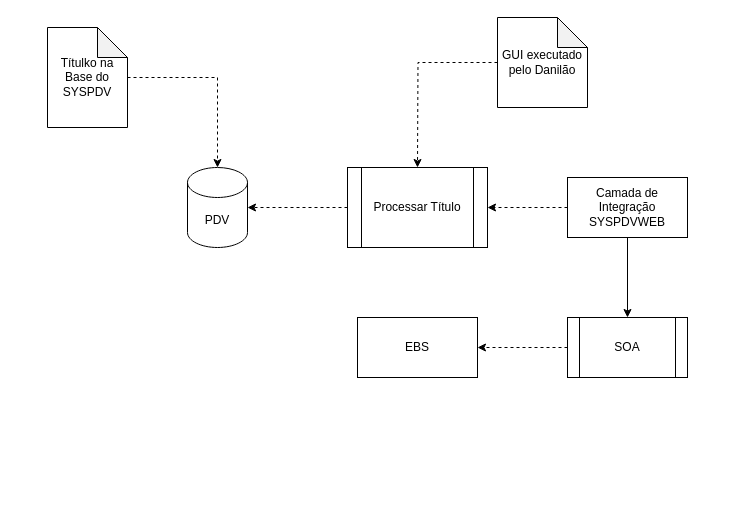
Earlier version of the draw.io diagram page "Visão Geral" (1 of 2) of Untitled Diagram.drawio (ronnison/documentacao). Source tidied: cells renumbered, new cells numbered last; positions are measured from the earlier drawing's top-left corner, leaving out a move shared by most shapes. Both pictures are drawn from the tidied source at 100%, with x=0, y=0 at pixel (47, 17).
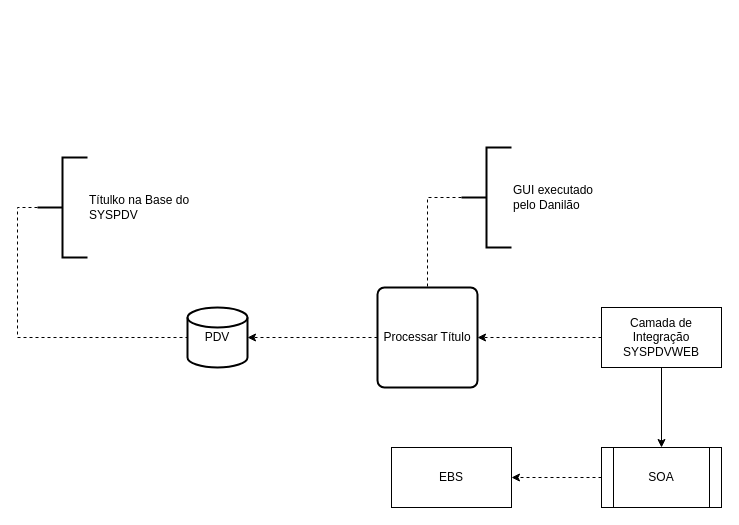
Above is the later version.

What changed in the source:
```diff
@@
 <mxGraphModel>
   <root>
     <mxCell id="0" />
     <mxCell id="1" parent="0" />
-    <mxCell id="2" style="edgeStyle=orthogonalEdgeStyle;rounded=0;jettySize=auto;html=1;exitX=0.5;exitY=0;exitDx=0;exitDy=0;dashed=1;strokeColor=default;" parent="1" edge="1" target="12">
+    <mxCell id="2" style="edgeStyle=orthogonalEdgeStyle;rounded=0;orthogonalLoop=1;jettySize=auto;html=1;exitX=0.5;exitY=0;exitDx=0;exitDy=0;dashed=1;strokeColor=default;" parent="1" edge="1">
       <mxGeometry relative="1" as="geometry">
-        <mxPoint x="370" y="150" as="sourcePoint" />
+        <mxPoint x="404" y="280" as="sourcePoint" />
+        <mxPoint x="404" y="280" as="targetPoint" />
       </mxGeometry>
     </mxCell>
     <mxCell id="3" style="edgeStyle=orthogonalEdgeStyle;rounded=0;jettySize=auto;html=1;" parent="1" edge="1" source="5" target="14">
       <mxGeometry relative="1" as="geometry" />
     </mxCell>
     <mxCell id="4" style="edgeStyle=orthogonalEdgeStyle;rounded=0;jettySize=auto;html=1;entryX=1;entryY=0.5;entryDx=0;entryDy=0;dashed=1;strokeColor=default;" parent="1" edge="1" source="5" target="12">
       <mxGeometry relative="1" as="geometry" />
     </mxCell>
     <mxCell id="5" value="Camada de Integração&lt;br&gt;SYSPDVWEB" style="rounded=0;whiteSpace=wrap;html=1;" parent="1" vertex="1">
-      <mxGeometry x="520" y="160" width="120" height="60" as="geometry" />
+      <mxGeometry x="554" y="290" width="120" height="60" as="geometry" />
     </mxCell>
-    <mxCell id="6" style="edgeStyle=orthogonalEdgeStyle;rounded=0;jettySize=auto;html=1;dashed=1;" parent="1" edge="1" source="7">
-      <mxGeometry relative="1" as="geometry">
-        <mxPoint x="370" y="150" as="targetPoint" />
-      </mxGeometry>
+    <mxCell id="6" style="edgeStyle=orthogonalEdgeStyle;rounded=0;jettySize=auto;html=1;dashed=1;exitX=0;exitY=0.5;exitDx=0;exitDy=0;exitPerimeter=0;endArrow=none;endFill=0;" parent="1" edge="1" source="7" target="12">
+      <mxGeometry relative="1" as="geometry" />
     </mxCell>
-    <mxCell id="7" value="GUI executado&lt;br&gt;pelo Danilão" style="shape=note;whiteSpace=wrap;html=1;backgroundOutline=1;darkOpacity=0.05;" parent="1" vertex="1">
-      <mxGeometry x="450" width="90" height="90" as="geometry" />
-    </mxCell>
-    <mxCell id="8" style="edgeStyle=orthogonalEdgeStyle;jettySize=auto;html=1;rounded=0;strokeColor=default;dashed=1;" parent="1" edge="1" source="9" target="10">
+    <mxCell id="8" style="edgeStyle=orthogonalEdgeStyle;jettySize=auto;html=1;rounded=0;strokeColor=default;dashed=1;entryX=0;entryY=0.5;entryDx=0;entryDy=0;entryPerimeter=0;exitX=0;exitY=0.5;exitDx=0;exitDy=0;exitPerimeter=0;endArrow=none;endFill=0;" parent="1" edge="1" source="9" target="10">
       <mxGeometry relative="1" as="geometry" />
     </mxCell>
-    <mxCell id="9" value="Títulko na Base do&lt;br&gt;SYSPDV" style="shape=note;whiteSpace=wrap;html=1;backgroundOutline=1;darkOpacity=0.05;" parent="1" vertex="1">
-      <mxGeometry y="10" width="80" height="100" as="geometry" />
-    </mxCell>
-    <mxCell id="10" value="PDV" style="shape=cylinder3;whiteSpace=wrap;html=1;boundedLbl=1;backgroundOutline=1;size=15;" parent="1" vertex="1">
-      <mxGeometry x="140" y="150" width="60" height="80" as="geometry" />
-    </mxCell>
-    <mxCell id="11" style="edgeStyle=orthogonalEdgeStyle;rounded=0;jettySize=auto;html=1;entryX=1;entryY=0.5;entryDx=0;entryDy=0;entryPerimeter=0;dashed=1;strokeColor=default;" parent="1" edge="1" source="12" target="10">
+    <mxCell id="11" style="edgeStyle=orthogonalEdgeStyle;rounded=0;jettySize=auto;html=1;dashed=1;strokeColor=default;exitX=0;exitY=0.5;exitDx=0;exitDy=0;" parent="1" edge="1" source="12" target="10">
       <mxGeometry relative="1" as="geometry" />
     </mxCell>
-    <mxCell id="12" value="Processar Título" style="shape=process;whiteSpace=wrap;html=1;backgroundOutline=1;" parent="1" vertex="1">
-      <mxGeometry x="300" y="150" width="140" height="80" as="geometry" />
-    </mxCell>
     <mxCell id="13" style="edgeStyle=orthogonalEdgeStyle;rounded=0;jettySize=auto;html=1;dashed=1;strokeColor=default;" parent="1" edge="1" source="14" target="15">
       <mxGeometry relative="1" as="geometry" />
     </mxCell>
     <mxCell id="14" value="SOA" style="shape=process;whiteSpace=wrap;html=1;backgroundOutline=1;" parent="1" vertex="1">
-      <mxGeometry x="520" y="300" width="120" height="60" as="geometry" />
+      <mxGeometry x="554" y="430" width="120" height="60" as="geometry" />
     </mxCell>
     <mxCell id="15" value="EBS" style="whiteSpace=wrap;html=1;" parent="1" vertex="1">
-      <mxGeometry x="310" y="300" width="120" height="60" as="geometry" />
+      <mxGeometry x="344" y="430" width="120" height="60" as="geometry" />
     </mxCell>
+    <mxCell id="10" value="PDV" style="strokeWidth=2;html=1;shape=mxgraph.flowchart.database;whiteSpace=wrap;" parent="1" vertex="1">
+      <mxGeometry x="140" y="290" width="60" height="60" as="geometry" />
+    </mxCell>
+    <mxCell id="9" value="&lt;span style=&quot;text-align: center;&quot;&gt;Títulko na Base do&lt;/span&gt;&lt;br style=&quot;text-align: center;&quot;&gt;&lt;span style=&quot;text-align: center;&quot;&gt;SYSPDV&lt;/span&gt;" style="strokeWidth=2;html=1;shape=mxgraph.flowchart.annotation_2;align=left;labelPosition=right;" parent="1" vertex="1">
+      <mxGeometry x="-10" y="140" width="50" height="100" as="geometry" />
+    </mxCell>
+    <mxCell id="12" value="Processar Título" style="rounded=1;whiteSpace=wrap;html=1;absoluteArcSize=1;arcSize=14;strokeWidth=2;" parent="1" vertex="1">
+      <mxGeometry x="330" y="270" width="100" height="100" as="geometry" />
+    </mxCell>
+    <mxCell id="7" value="&lt;span style=&quot;text-align: center;&quot;&gt;GUI executado&lt;/span&gt;&lt;br style=&quot;text-align: center;&quot;&gt;&lt;span style=&quot;text-align: center;&quot;&gt;pelo Danilão&lt;/span&gt;" style="strokeWidth=2;html=1;shape=mxgraph.flowchart.annotation_2;align=left;labelPosition=right;" parent="1" vertex="1">
+      <mxGeometry x="414" y="130" width="50" height="100" as="geometry" />
+    </mxCell>
   </root>
 </mxGraphModel>
```
